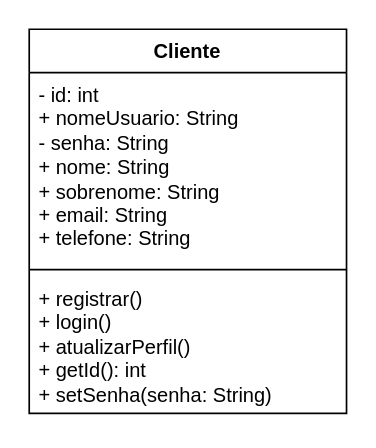
Above: Diagrama sem nome.drawio in PatsFerrer/uml_teste (draw.io), before the change. Source tidied: cells renumbered, new cells numbered last; positions are measured from the earlier drawing's top-left corner, leaving out a move shared by most shapes. Both pictures are drawn from the tidied source at 167%, with x=0, y=0 at pixel (28, 28).
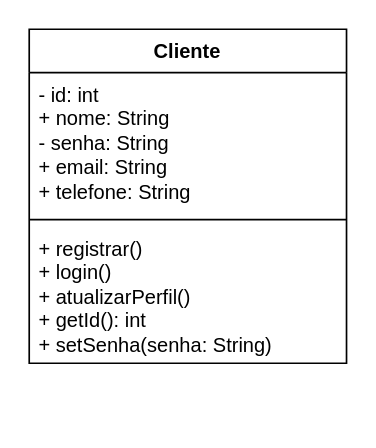
The same diagram, later.

Commit message:
clas cliente

The edit, as a diff of the source:
```diff
@@
 <mxGraphModel>
   <root>
     <mxCell id="0" />
     <mxCell id="1" parent="0" />
     <mxCell id="2" value="Cliente                 " style="swimlane;fontStyle=1;align=center;verticalAlign=top;horizontal=1;startSize=26;whiteSpace=wrap;html=1;" parent="1" vertex="1">
-      <mxGeometry width="190" height="230" as="geometry" />
+      <mxGeometry width="190" height="200" as="geometry" />
     </mxCell>
-    <mxCell id="3" value="- id: int&lt;br&gt;+ nomeUsuario: String&lt;br style=&quot;border-color: var(--border-color); padding: 0px; margin: 0px;&quot;&gt;- senha: String&lt;br style=&quot;border-color: var(--border-color); padding: 0px; margin: 0px;&quot;&gt;+ nome: String&lt;br&gt;+ sobrenome: String&lt;br style=&quot;border-color: var(--border-color); padding: 0px; margin: 0px;&quot;&gt;+ email: String&lt;br style=&quot;border-color: var(--border-color); padding: 0px; margin: 0px;&quot;&gt;+ telefone: String" style="text;strokeColor=none;fillColor=none;align=left;verticalAlign=top;spacingLeft=4;spacingRight=4;overflow=hidden;whiteSpace=wrap;html=1;" parent="2" vertex="1">
-      <mxGeometry y="26" width="190" height="114" as="geometry" />
+    <mxCell id="3" value="- id: int&lt;br&gt;+ nome: String&lt;br style=&quot;border-color: var(--border-color); padding: 0px; margin: 0px;&quot;&gt;- senha: String&lt;br style=&quot;border-color: var(--border-color); padding: 0px; margin: 0px;&quot;&gt;+ email: String&lt;br style=&quot;border-color: var(--border-color); padding: 0px; margin: 0px;&quot;&gt;+ telefone: String" style="text;strokeColor=none;fillColor=none;align=left;verticalAlign=top;spacingLeft=4;spacingRight=4;overflow=hidden;whiteSpace=wrap;html=1;" parent="2" vertex="1">
+      <mxGeometry y="26" width="190" height="84" as="geometry" />
     </mxCell>
     <mxCell id="4" style="line;strokeWidth=1;fillColor=none;align=left;verticalAlign=middle;spacingTop=-1;spacingLeft=3;spacingRight=3;labelPosition=right;strokeColor=inherit;" parent="2" vertex="1">
-      <mxGeometry y="140" width="190" height="8" as="geometry" />
+      <mxGeometry y="110" width="190" height="8" as="geometry" />
     </mxCell>
     <mxCell id="5" value="+ registrar()&amp;nbsp; &amp;nbsp; &amp;nbsp; &amp;nbsp; &amp;nbsp; &amp;nbsp; &amp;nbsp; &amp;nbsp; &amp;nbsp;&amp;nbsp;&lt;br style=&quot;border-color: var(--border-color); padding: 0px; margin: 0px;&quot;&gt;+ login()&amp;nbsp; &amp;nbsp; &amp;nbsp; &amp;nbsp; &amp;nbsp; &amp;nbsp; &amp;nbsp; &amp;nbsp; &amp;nbsp; &amp;nbsp; &amp;nbsp;&amp;nbsp;&lt;br style=&quot;border-color: var(--border-color); padding: 0px; margin: 0px;&quot;&gt;+ atualizarPerfil()&amp;nbsp; &amp;nbsp; &amp;nbsp;&amp;nbsp;&lt;br style=&quot;border-color: var(--border-color); padding: 0px; margin: 0px;&quot;&gt;+ getId(): int&amp;nbsp; &amp;nbsp; &amp;nbsp; &amp;nbsp; &amp;nbsp;&amp;nbsp;&lt;br style=&quot;border-color: var(--border-color); padding: 0px; margin: 0px;&quot;&gt;+ setSenha(senha: String)" style="text;strokeColor=none;fillColor=none;align=left;verticalAlign=top;spacingLeft=4;spacingRight=4;overflow=hidden;whiteSpace=wrap;html=1;" parent="2" vertex="1">
-      <mxGeometry y="148" width="190" height="82" as="geometry" />
+      <mxGeometry y="118" width="190" height="82" as="geometry" />
     </mxCell>
   </root>
 </mxGraphModel>
```
